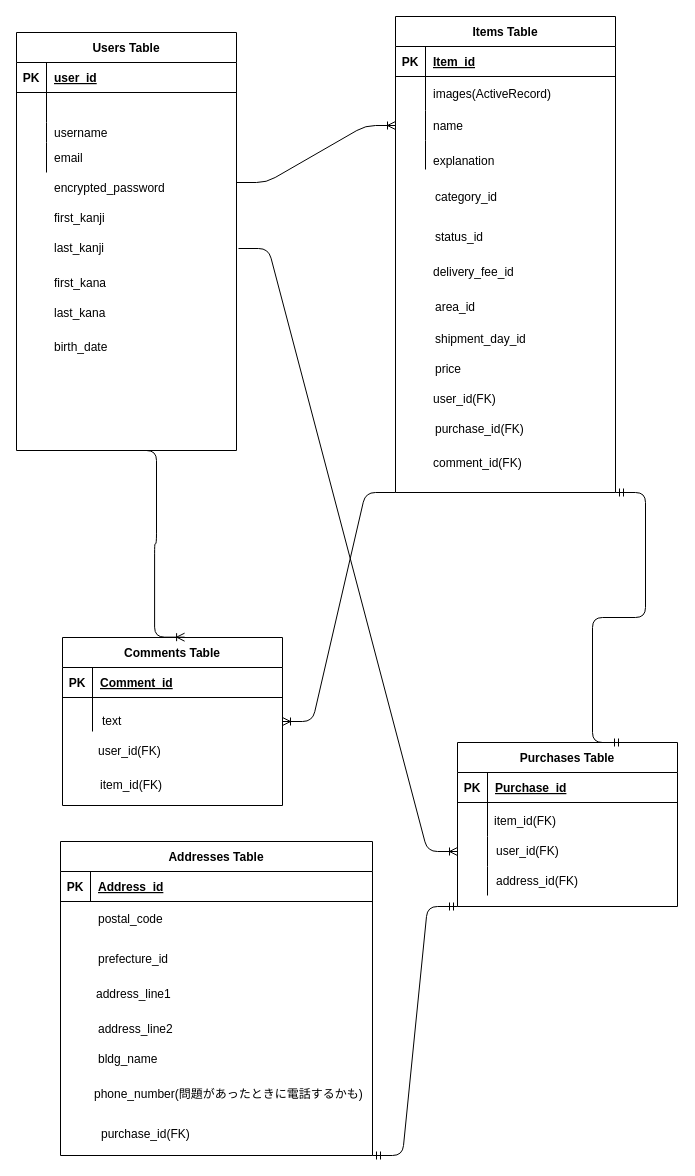
Before: furima.drawio in hiroonrails/furima-34323, a draw.io diagram. Source tidied: cells renumbered, new cells numbered last; positions are measured from the earlier drawing's top-left corner, leaving out a move shared by most shapes. Both pictures are drawn from the tidied source at 100%, with x=0, y=0 at pixel (16, 16).
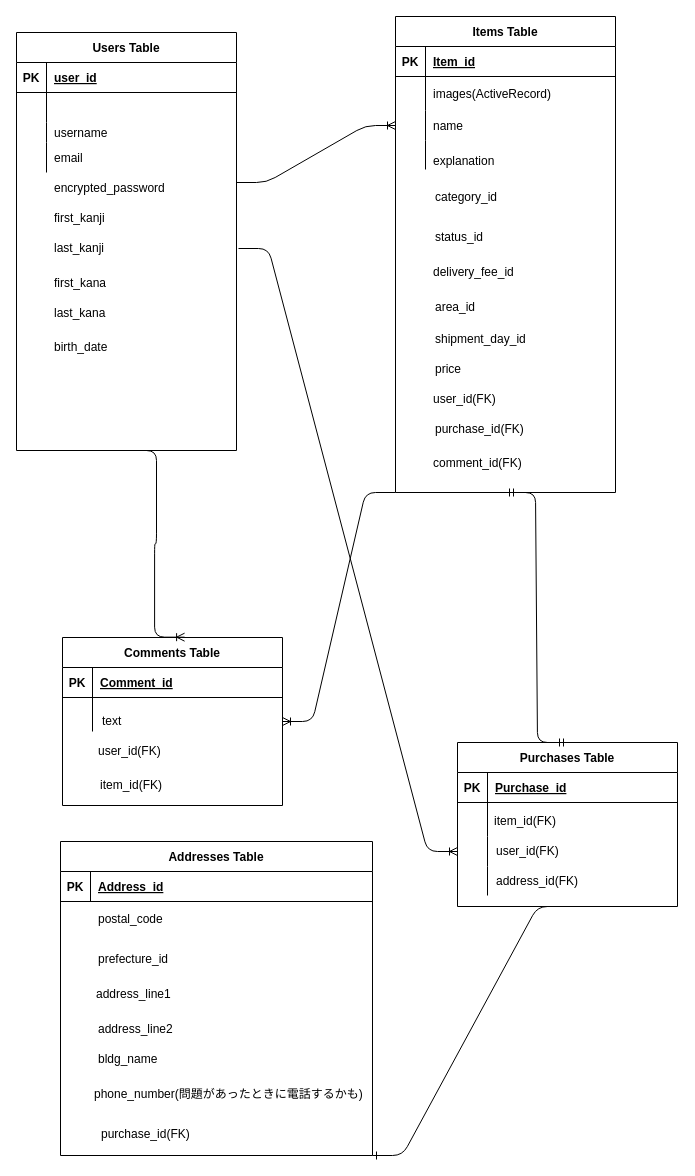
The same diagram, later.

Commit message (it also covers changes not shown here):
DB設計(修正3回目)

The change refers to these unchanged cells:
```xml
<mxCell id="2" value="Items Table" style="shape=table;startSize=30;childLayout=tableLayout;rowLines=0;fontStyle=1;align=center;" parent="1" vertex="1">
  <mxGeometry x="379" width="220" height="476" as="geometry" />
</mxCell>
<mxCell id="43" value="Purchases Table" style="shape=table;startSize=30;childLayout=tableLayout;rowLines=0;fontStyle=1;align=center;" parent="1" vertex="1">
  <mxGeometry x="441" y="726" width="220" height="164" as="geometry" />
</mxCell>
<mxCell id="74" value="Addresses Table" style="shape=table;startSize=30;childLayout=tableLayout;rowLines=0;fontStyle=1;align=center;" parent="1" vertex="1">
  <mxGeometry x="44" y="825" width="312" height="314" as="geometry" />
</mxCell>
```

Change to the diagram source:
```diff
@@
-    <mxCell id="69" style="edgeStyle=entityRelationEdgeStyle;fontSize=12;html=1;endArrow=ERmandOne;startArrow=ERmandOne;exitX=0.75;exitY=0;exitDx=0;exitDy=0;entryX=1;entryY=1;entryDx=0;entryDy=0;" parent="1" edge="1" source="43" target="2">
-      <mxGeometry relative="1" as="geometry" />
-    </mxCell>
@@
-    <mxCell id="85" style="edgeStyle=entityRelationEdgeStyle;fontSize=12;html=1;endArrow=ERmandOne;startArrow=ERmandOne;exitX=1;exitY=1;exitDx=0;exitDy=0;entryX=0;entryY=1;entryDx=0;entryDy=0;" parent="1" edge="1" source="74" target="43">
-      <mxGeometry relative="1" as="geometry" />
-    </mxCell>
@@
+    <mxCell id="69" style="edgeStyle=entityRelationEdgeStyle;fontSize=12;html=1;endArrow=ERmandOne;startArrow=ERmandOne;exitX=0.5;exitY=0;exitDx=0;exitDy=0;entryX=0.5;entryY=1;entryDx=0;entryDy=0;" parent="1" edge="1" source="43" target="2">
+      <mxGeometry relative="1" as="geometry" />
+    </mxCell>
+    <mxCell id="90" style="edgeStyle=entityRelationEdgeStyle;fontSize=12;html=1;endArrow=ERone;endFill=1;exitX=0.5;exitY=1;exitDx=0;exitDy=0;entryX=1;entryY=1;entryDx=0;entryDy=0;" parent="1" edge="1" source="43" target="74">
+      <mxGeometry relative="1" as="geometry" />
+    </mxCell>
```
